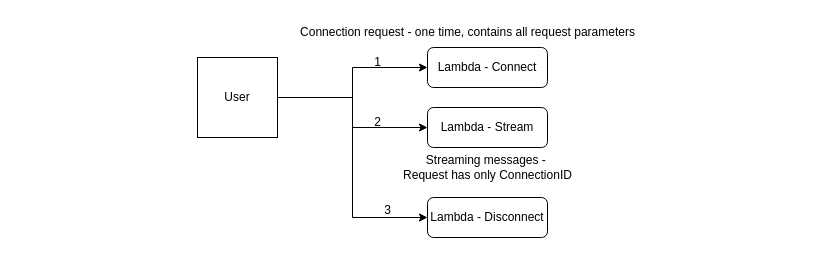
Earlier version of the draw.io diagram utilities/Untitled Diagram.drawio (bloodyburger/datanix). Source tidied: cells renumbered, new cells numbered last; positions are measured from the earlier drawing's top-left corner, leaving out a move shared by most shapes. Both pictures are drawn from the tidied source at 100%, with x=0, y=0 at pixel (197, 17).
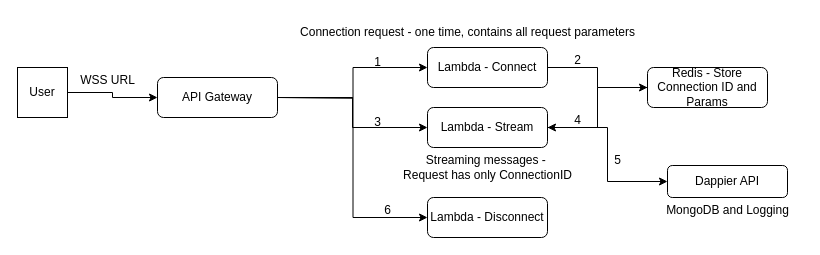
After the change.

Unchanged cells that the change refers to:
```xml
<mxCell id="6" value="Lambda - Connect" style="rounded=1;whiteSpace=wrap;html=1;" parent="1" vertex="1">
  <mxGeometry x="230" y="30" width="120" height="40" as="geometry" />
</mxCell>
<mxCell id="7" value="Lambda - Stream" style="rounded=1;whiteSpace=wrap;html=1;" parent="1" vertex="1">
  <mxGeometry x="230" y="90" width="120" height="40" as="geometry" />
</mxCell>
<mxCell id="12" value="Lambda - Disconnect" style="rounded=1;whiteSpace=wrap;html=1;" parent="1" vertex="1">
  <mxGeometry x="230" y="180" width="120" height="40" as="geometry" />
</mxCell>
```

The edit, as a diff of the source:
```diff
@@
-    <mxCell id="2" style="edgeStyle=orthogonalEdgeStyle;rounded=0;jettySize=auto;html=1;entryX=0;entryY=0.5;entryDx=0;entryDy=0;" parent="1" edge="1" source="5" target="6">
-      <mxGeometry relative="1" as="geometry" />
+    <mxCell id="2" style="edgeStyle=orthogonalEdgeStyle;rounded=0;jettySize=auto;html=1;entryX=0;entryY=0.5;entryDx=0;entryDy=0;" parent="1" edge="1" target="6">
+      <mxGeometry relative="1" as="geometry">
+        <mxPoint x="80" y="80" as="sourcePoint" />
+      </mxGeometry>
     </mxCell>
-    <mxCell id="3" style="edgeStyle=orthogonalEdgeStyle;rounded=0;jettySize=auto;html=1;" parent="1" edge="1" source="5" target="7">
-      <mxGeometry relative="1" as="geometry" />
-    </mxCell>
-    <mxCell id="4" style="edgeStyle=orthogonalEdgeStyle;rounded=0;jettySize=auto;html=1;entryX=0;entryY=0.5;entryDx=0;entryDy=0;" parent="1" edge="1" source="5" target="12">
-      <mxGeometry relative="1" as="geometry" />
+    <mxCell id="4" style="edgeStyle=orthogonalEdgeStyle;rounded=0;jettySize=auto;html=1;entryX=0;entryY=0.5;entryDx=0;entryDy=0;" parent="1" edge="1" target="12">
+      <mxGeometry relative="1" as="geometry">
+        <mxPoint x="80" y="80" as="sourcePoint" />
+      </mxGeometry>
     </mxCell>
+    <mxCell id="14" style="edgeStyle=orthogonalEdgeStyle;rounded=0;jettySize=auto;html=1;entryX=0;entryY=0.5;entryDx=0;entryDy=0;" parent="1" edge="1" source="5" target="21">
+      <mxGeometry relative="1" as="geometry" />
+    </mxCell>
     <mxCell id="5" value="User" style="whiteSpace=wrap;html=1;" parent="1" vertex="1">
-      <mxGeometry y="40" width="80" height="80" as="geometry" />
+      <mxGeometry x="-180" y="50" width="50" height="50" as="geometry" />
     </mxCell>
+    <mxCell id="15" style="edgeStyle=orthogonalEdgeStyle;rounded=0;jettySize=auto;html=1;entryX=0;entryY=0.5;entryDx=0;entryDy=0;" parent="1" edge="1" source="6" target="18">
+      <mxGeometry relative="1" as="geometry" />
+    </mxCell>
@@
+    <mxCell id="16" style="edgeStyle=orthogonalEdgeStyle;rounded=0;jettySize=auto;html=1;exitX=1;exitY=0.5;exitDx=0;exitDy=0;entryX=0;entryY=0.5;entryDx=0;entryDy=0;" parent="1" edge="1" source="7" target="24">
+      <mxGeometry relative="1" as="geometry" />
+    </mxCell>
@@
-    <mxCell id="11" value="2" style="text;html=1;align=center;verticalAlign=middle;strokeColor=none;fillColor=none;" parent="1" vertex="1">
+    <mxCell id="11" value="3" style="text;html=1;align=center;verticalAlign=middle;strokeColor=none;fillColor=none;" parent="1" vertex="1">
       <mxGeometry x="165" y="90" width="30" height="30" as="geometry" />
     </mxCell>
@@
-    <mxCell id="13" value="3" style="text;html=1;align=center;verticalAlign=middle;strokeColor=none;fillColor=none;" parent="1" vertex="1">
+    <mxCell id="13" value="6" style="text;html=1;align=center;verticalAlign=middle;strokeColor=none;fillColor=none;" parent="1" vertex="1">
       <mxGeometry x="175" y="178" width="30" height="30" as="geometry" />
     </mxCell>
+    <mxCell id="17" style="edgeStyle=orthogonalEdgeStyle;rounded=0;jettySize=auto;html=1;entryX=1;entryY=0.5;entryDx=0;entryDy=0;" parent="1" edge="1" source="18" target="7">
+      <mxGeometry relative="1" as="geometry" />
+    </mxCell>
+    <mxCell id="18" value="Redis - Store Connection ID and Params" style="rounded=1;whiteSpace=wrap;html=1;" parent="1" vertex="1">
+      <mxGeometry x="450" y="50" width="120" height="40" as="geometry" />
+    </mxCell>
+    <mxCell id="19" value="4" style="text;html=1;align=center;verticalAlign=middle;strokeColor=none;fillColor=none;" parent="1" vertex="1">
+      <mxGeometry x="365" y="88" width="30" height="30" as="geometry" />
+    </mxCell>
+    <mxCell id="20" style="edgeStyle=orthogonalEdgeStyle;rounded=0;jettySize=auto;html=1;" parent="1" edge="1" source="21" target="7">
+      <mxGeometry relative="1" as="geometry" />
+    </mxCell>
+    <mxCell id="21" value="API Gateway" style="rounded=1;whiteSpace=wrap;html=1;" parent="1" vertex="1">
+      <mxGeometry x="-40" y="60" width="120" height="40" as="geometry" />
+    </mxCell>
+    <mxCell id="22" value="WSS URL" style="text;html=1;align=center;verticalAlign=middle;strokeColor=none;fillColor=none;" parent="1" vertex="1">
+      <mxGeometry x="-130" y="48" width="80" height="30" as="geometry" />
+    </mxCell>
+    <mxCell id="23" value="2" style="text;html=1;align=center;verticalAlign=middle;strokeColor=none;fillColor=none;" parent="1" vertex="1">
+      <mxGeometry x="365" y="28" width="30" height="30" as="geometry" />
+    </mxCell>
+    <mxCell id="24" value="Dappier API" style="rounded=1;whiteSpace=wrap;html=1;" parent="1" vertex="1">
+      <mxGeometry x="470" y="148" width="120" height="32" as="geometry" />
+    </mxCell>
+    <mxCell id="25" value="MongoDB and Logging" style="text;html=1;align=center;verticalAlign=middle;strokeColor=none;fillColor=none;" parent="1" vertex="1">
+      <mxGeometry x="455" y="178" width="150" height="30" as="geometry" />
+    </mxCell>
+    <mxCell id="26" value="5" style="text;html=1;align=center;verticalAlign=middle;strokeColor=none;fillColor=none;" parent="1" vertex="1">
+      <mxGeometry x="405" y="128" width="30" height="30" as="geometry" />
+    </mxCell>
```
